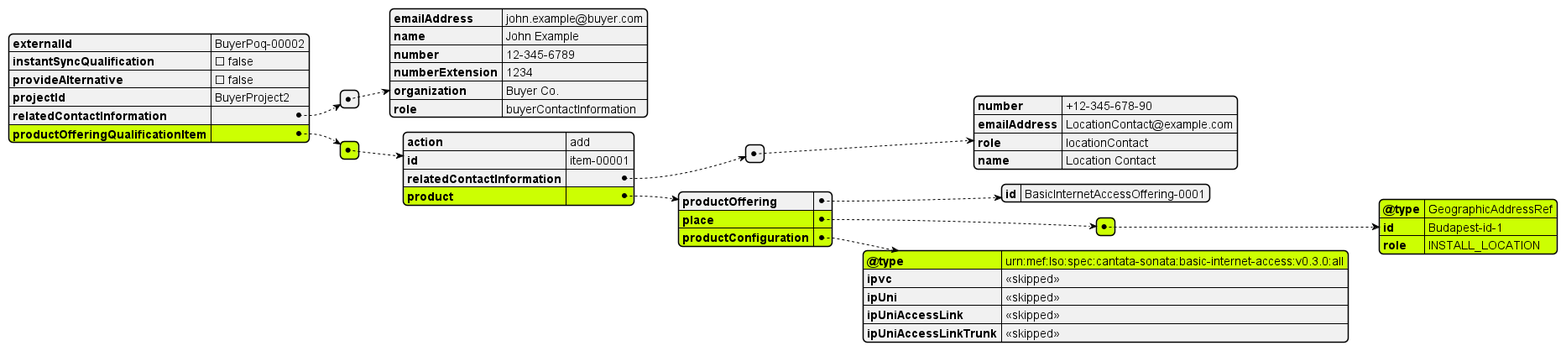
Before: documentation/productSchema/ip/internetAccess/MEF 139 resources/media/useCases/uc2POQ.png, a diagram exported from PlantUML (MEF-GIT/MEF-LSO-Sonata-SDK).
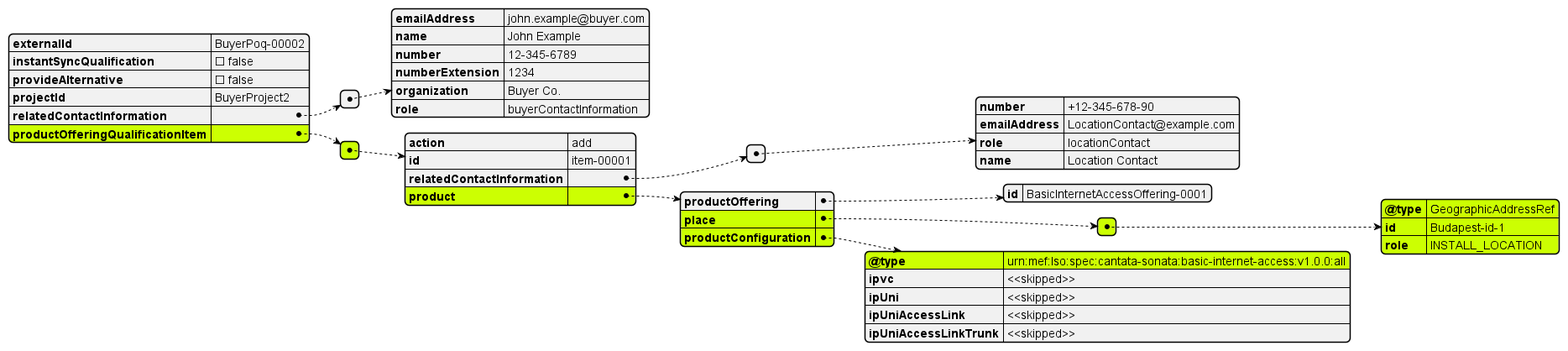
After the change.

Diff of the diagram source:
```diff
@@ -51,7 +51,7 @@
           }
         ],
         "productConfiguration": {
-          "@type": "urn:mef:lso:spec:cantata-sonata:basic-internet-access:v0.3.0:all",
+          "@type": "urn:mef:lso:spec:cantata-sonata:basic-internet-access:v1.0.0:all",
           "ipvc": "<<skipped>>",
           "ipUni": "<<skipped>>",
           "ipUniAccessLink": "<<skipped>>",
```
